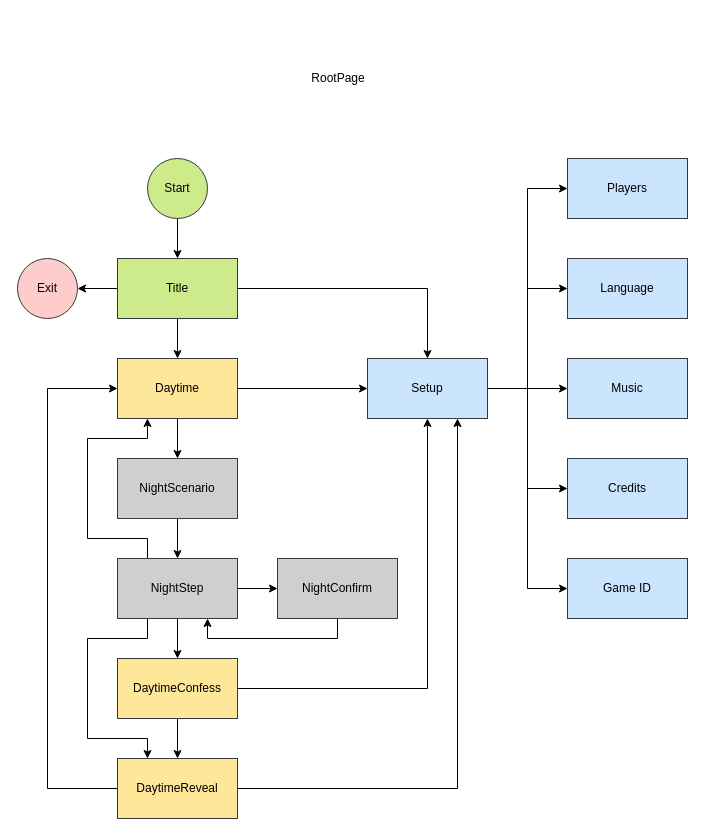
Above: doc/Salem1692Moderator.drawio in ruittenb/salem-1692 (draw.io), before the change. Source tidied: cells renumbered, new cells numbered last; positions are measured from the earlier drawing's top-left corner, leaving out a move shared by most shapes. Both pictures are drawn from the tidied source at 100%, with x=0, y=0 at pixel (17, 68).
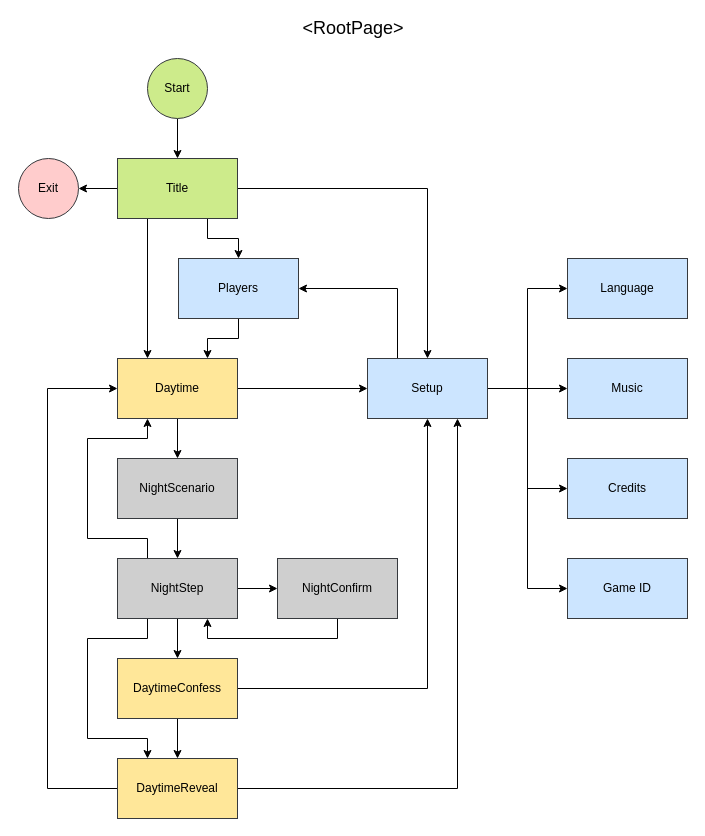
After the change.

Unchanged cells that the change refers to:
```xml
<mxCell id="11" value="Setup" style="rounded=0;whiteSpace=wrap;html=1;fillColor=#cce5ff;strokeColor=#36393d;" parent="1" vertex="1">
  <mxGeometry x="350" y="290" width="120" height="60" as="geometry" />
</mxCell>
<mxCell id="22" value="Daytime" style="rounded=0;whiteSpace=wrap;html=1;strokeColor=#36393d;fillColor=#FFE799;" parent="1" vertex="1">
  <mxGeometry x="100" y="290" width="120" height="60" as="geometry" />
</mxCell>
```

The edit, as a diff of the source:
```diff
@@
-    <mxCell id="4" style="edgeStyle=orthogonalEdgeStyle;rounded=0;jettySize=auto;html=1;" parent="1" edge="1" source="5" target="22">
+    <mxCell id="4" style="edgeStyle=orthogonalEdgeStyle;rounded=0;jettySize=auto;html=1;exitX=0.25;exitY=1;exitDx=0;exitDy=0;entryX=0.25;entryY=0;entryDx=0;entryDy=0;" parent="1" edge="1" source="5" target="22">
       <mxGeometry relative="1" as="geometry" />
     </mxCell>
+    <mxCell id="39" style="edgeStyle=orthogonalEdgeStyle;rounded=0;jettySize=auto;html=1;entryX=0.5;entryY=0;entryDx=0;entryDy=0;exitX=0.75;exitY=1;exitDx=0;exitDy=0;" parent="1" edge="1" source="5" target="15">
+      <mxGeometry relative="1" as="geometry" />
+    </mxCell>
     <mxCell id="5" value="Title" style="rounded=0;whiteSpace=wrap;html=1;fillColor=#cdeb8b;strokeColor=#36393d;" parent="1" vertex="1">
-      <mxGeometry x="100" y="190" width="120" height="60" as="geometry" />
+      <mxGeometry x="100" y="90" width="120" height="60" as="geometry" />
     </mxCell>
-    <mxCell id="6" style="edgeStyle=orthogonalEdgeStyle;rounded=0;jettySize=auto;html=1;entryX=0;entryY=0.5;entryDx=0;entryDy=0;" parent="1" edge="1" source="11" target="15">
+    <mxCell id="6" style="edgeStyle=orthogonalEdgeStyle;rounded=0;jettySize=auto;html=1;entryX=1;entryY=0.5;entryDx=0;entryDy=0;exitX=0.25;exitY=0;exitDx=0;exitDy=0;" parent="1" edge="1" source="11" target="15">
       <mxGeometry relative="1" as="geometry" />
     </mxCell>
@@
     <mxCell id="12" value="Exit" style="ellipse;whiteSpace=wrap;html=1;rounded=0;fillColor=#ffcccc;strokeColor=#36393d;" parent="1" vertex="1">
-      <mxGeometry y="190" width="60" height="60" as="geometry" />
+      <mxGeometry x="1" y="90" width="60" height="60" as="geometry" />
     </mxCell>
@@
     <mxCell id="14" value="Start" style="ellipse;whiteSpace=wrap;html=1;rounded=0;fillColor=#cdeb8b;strokeColor=#36393d;" parent="1" vertex="1">
-      <mxGeometry x="130" y="90" width="60" height="60" as="geometry" />
+      <mxGeometry x="130" y="-10" width="60" height="60" as="geometry" />
     </mxCell>
+    <mxCell id="40" style="edgeStyle=orthogonalEdgeStyle;rounded=0;jettySize=auto;html=1;entryX=0.75;entryY=0;entryDx=0;entryDy=0;" parent="1" edge="1" source="15" target="22">
+      <mxGeometry relative="1" as="geometry" />
+    </mxCell>
     <mxCell id="15" value="Players" style="rounded=0;whiteSpace=wrap;html=1;fillColor=#cce5ff;strokeColor=#36393d;" parent="1" vertex="1">
-      <mxGeometry x="550" y="90" width="120" height="60" as="geometry" />
+      <mxGeometry x="161" y="190" width="120" height="60" as="geometry" />
     </mxCell>
@@
-    <mxCell id="23" value="RootPage" style="text;html=1;strokeColor=none;fillColor=none;align=center;verticalAlign=middle;whiteSpace=wrap;rounded=0;" parent="1" vertex="1">
-      <mxGeometry x="301" width="40" height="20" as="geometry" />
+    <mxCell id="23" value="&amp;lt;RootPage&amp;gt;" style="text;html=1;strokeColor=none;fillColor=none;align=center;verticalAlign=middle;whiteSpace=wrap;rounded=0;fontSize=18;" parent="1" vertex="1">
+      <mxGeometry x="316" y="-50" width="40" height="20" as="geometry" />
     </mxCell>
```
